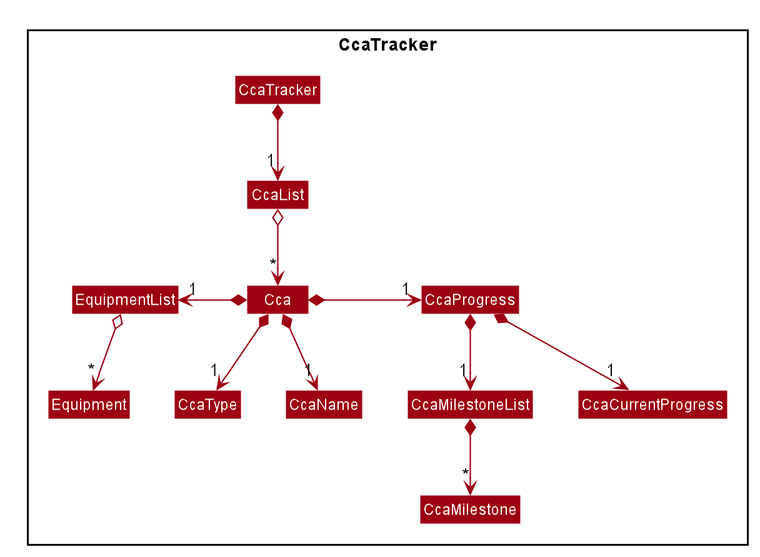
nus-cs2103-AY1920S1/addressbook-level3 keeps this PlantUML diagram as docs/images/model/ModelCcaTrackerClassDiagram.png. Above is the earlier version. Its diagram source:
```plantuml
@startuml








skinparam BackgroundColor #FFFFFFF

skinparam Shadowing false

skinparam Class {
    FontColor #FFFFFF
    BorderThickness 1
    BorderColor #FFFFFF
    StereotypeFontColor #FFFFFF
    FontName Arial
}

skinparam Actor {
    BorderColor #000000
    Color #000000
    FontName Arial
}

skinparam Sequence {
    MessageAlign center
    BoxFontSize 15
    BoxPadding 0
    BoxFontColor #FFFFFF
    FontName Arial
}

skinparam Participant {
    FontColor #FFFFFFF
    Padding 20
}

skinparam MinClassWidth 50
skinparam ParticipantPadding 10
skinparam Shadowing false
skinparam DefaultTextAlignment center
skinparam packageStyle Rectangle

hide footbox
hide members
hide circle
skinparam arrowThickness 1.1
skinparam arrowColor #9D0012
skinparam classBackgroundColor #9D0012

Package CcaTracker {
    Class CcaTracker
    Class CcaList
    Class Cca
    Class CcaName
    Class CcaType
    Class EquipmentList
    Class Equipment
    Class CcaProgress
    Class CcaCurrentProgress
    Class CcaMilestoneList
    Class CcaMilestone
}

CcaTracker *-down-> "1" CcaList
CcaList o-down-> "*" Cca
Cca *-down-> "1" CcaName
Cca *-down-> "1" CcaType
Cca *-left-> "1" EquipmentList
EquipmentList o-down-> "*" Equipment
Cca *-right-> "1" CcaProgress
CcaProgress *-down-> "1" CcaCurrentProgress
CcaProgress *-down-> "1" CcaMilestoneList
CcaMilestoneList *-down-> "*" CcaMilestone

@enduml
```
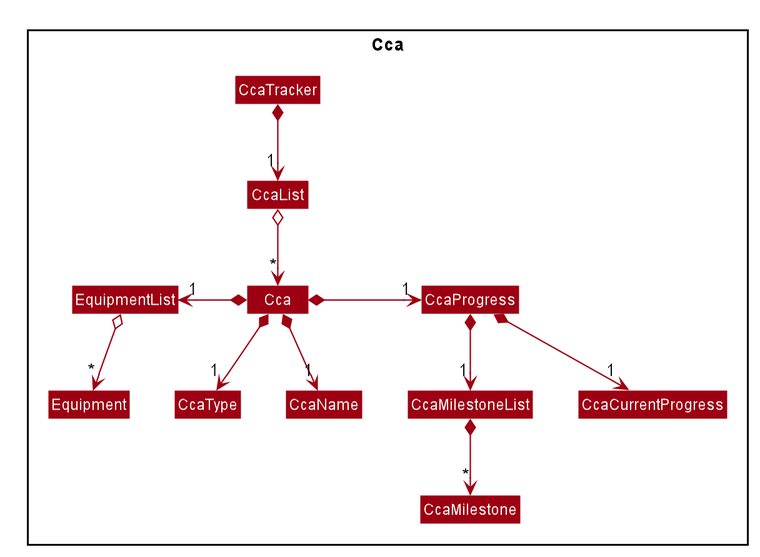
The same file after the commit.

Diff of the diagram source:
```diff
@@ -51,7 +51,7 @@
 skinparam arrowColor #9D0012
 skinparam classBackgroundColor #9D0012
 
-Package CcaTracker {
+Package Cca {
     Class CcaTracker
     Class CcaList
     Class Cca
```
